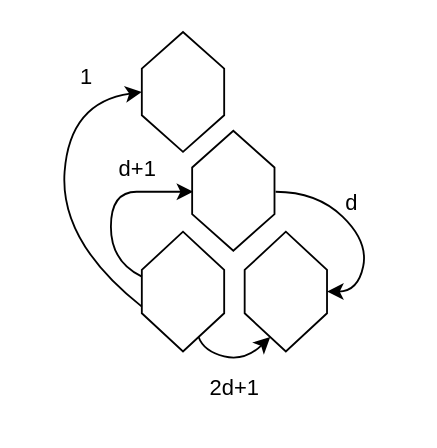
The draw.io diagram page "HarmonicTable" (2 of 6) of layouts/isomorphic_layouts.drawio in carlhenrikrolf/microtonOS, before the edit. Source tidied: cells renumbered, new cells numbered last; positions are measured from the earlier drawing's top-left corner, leaving out a move shared by most shapes. Both pictures are drawn from the tidied source at 183%, with x=0, y=0 at pixel (31, 31).
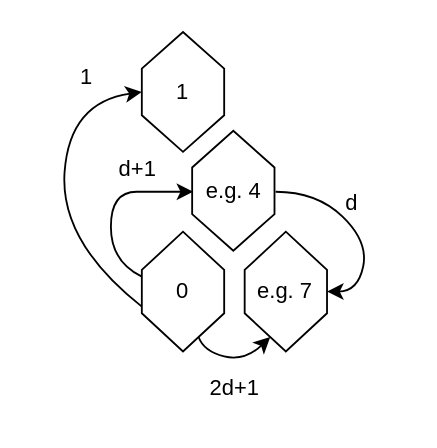
Above is the later version.

The change refers to these unchanged cells:
```xml
<mxCell id="2" style="group;" parent="1" vertex="1">
  <mxGeometry x="15" width="190" height="180" as="geometry" />
</mxCell>
```

Change to the diagram source:
```diff
@@
-    <mxCell id="3" style="shape=hexagon;perimeter=hexagonPerimeter2;whiteSpace=wrap;html=1;fixedSize=1;direction=south;size=20.909090909090963;" parent="2" vertex="1">
+    <mxCell id="3" value="0" style="shape=hexagon;perimeter=hexagonPerimeter2;whiteSpace=wrap;html=1;fixedSize=1;direction=south;size=20.909090909090963;" parent="2" vertex="1">
       <mxGeometry x="45" y="109.1" width="45" height="65.5" as="geometry" />
     </mxCell>
-    <mxCell id="4" style="shape=hexagon;perimeter=hexagonPerimeter2;whiteSpace=wrap;html=1;fixedSize=1;direction=south;size=20.90909090909099;" parent="2" vertex="1">
+    <mxCell id="4" value="e.g. 7" style="shape=hexagon;perimeter=hexagonPerimeter2;whiteSpace=wrap;html=1;fixedSize=1;direction=south;size=20.90909090909099;" parent="2" vertex="1">
       <mxGeometry x="101.2" y="109.1" width="45" height="65.5" as="geometry" />
     </mxCell>
-    <mxCell id="5" style="shape=hexagon;perimeter=hexagonPerimeter2;whiteSpace=wrap;html=1;fixedSize=1;direction=south;size=20;" parent="2" vertex="1">
+    <mxCell id="5" value="1" style="shape=hexagon;perimeter=hexagonPerimeter2;whiteSpace=wrap;html=1;fixedSize=1;direction=south;size=20;" parent="2" vertex="1">
       <mxGeometry x="45" width="45" height="65.5" as="geometry" />
     </mxCell>
@@
-    <mxCell id="10" style="shape=hexagon;perimeter=hexagonPerimeter2;whiteSpace=wrap;html=1;fixedSize=1;direction=south;size=20;" parent="2" vertex="1">
+    <mxCell id="10" value="e.g. 4" style="shape=hexagon;perimeter=hexagonPerimeter2;whiteSpace=wrap;html=1;fixedSize=1;direction=south;size=20;" parent="2" vertex="1">
       <mxGeometry x="72.5" y="54" width="45" height="65.5" as="geometry" />
     </mxCell>
```
